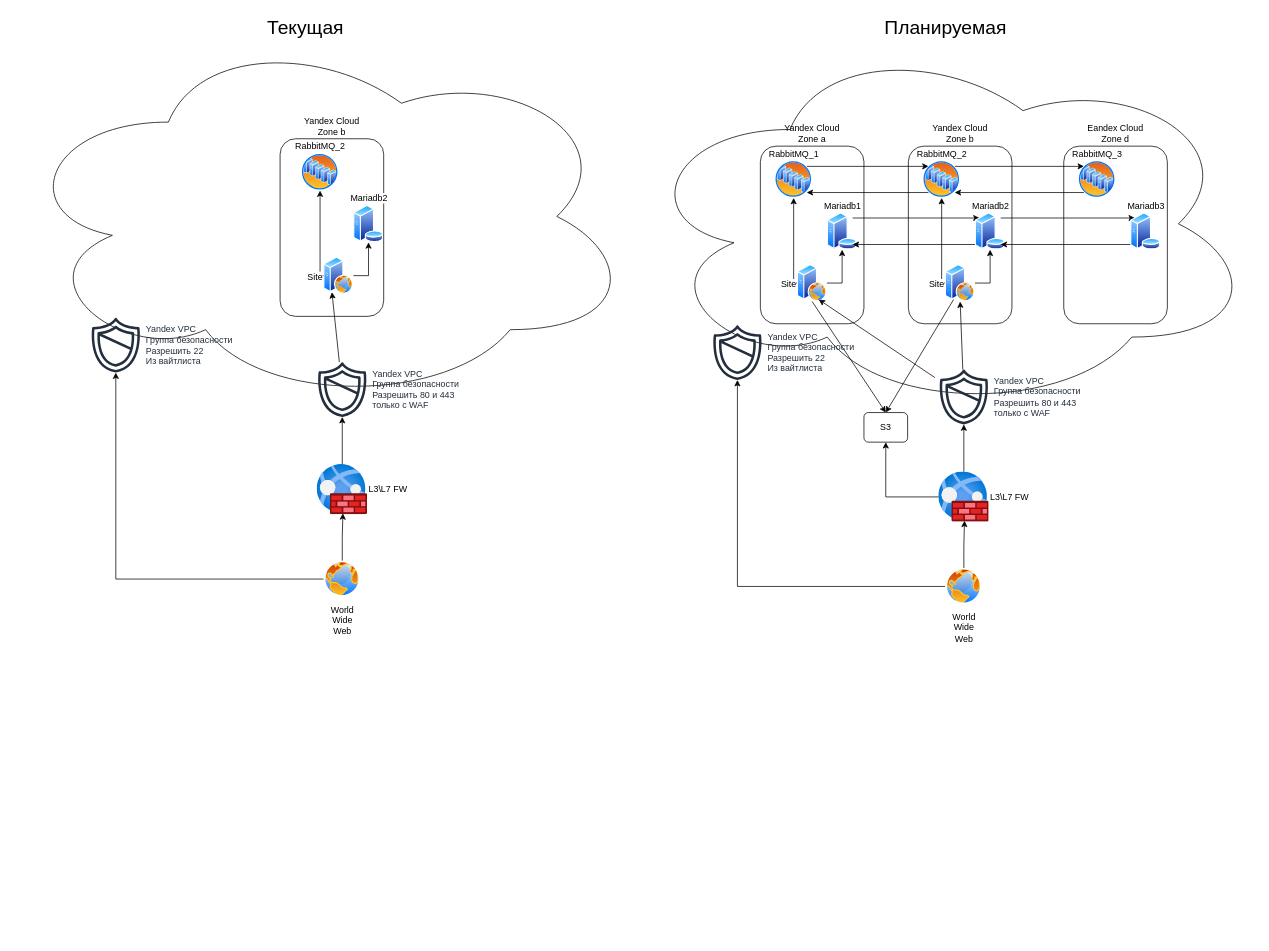
Before: Untitled Diagram.drawio in Dasatrys/cosmos-web, a draw.io diagram. Source tidied: cells renumbered, new cells numbered last; positions are measured from the earlier drawing's top-left corner, leaving out a move shared by most shapes. Both pictures are drawn from the tidied source at 74%, with x=0, y=0 at pixel (13, 13).
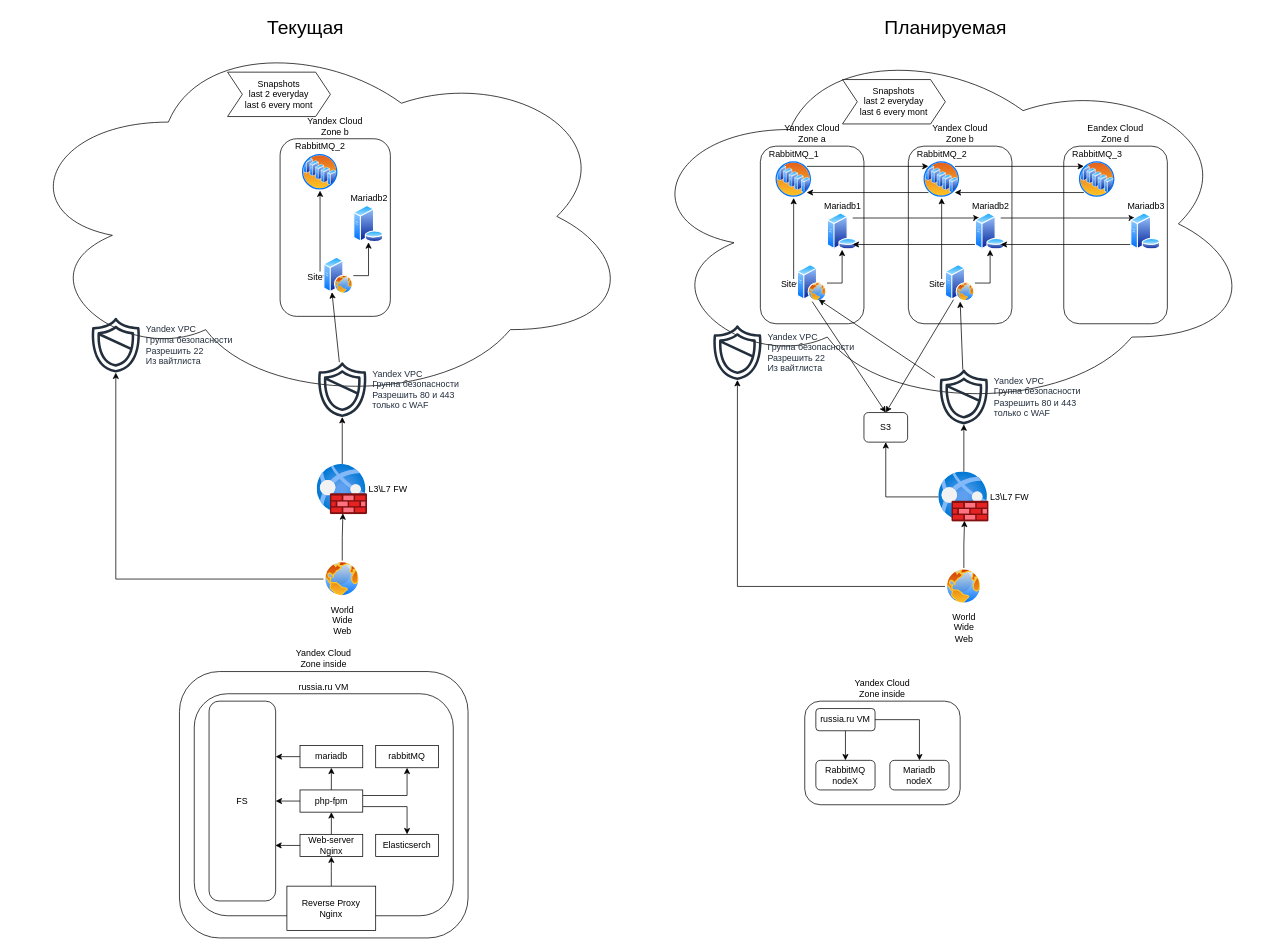
The same page after the edit.

What changed in the source:
```diff
@@
     <mxCell id="7" value="&lt;div&gt;Yandex Cloud&lt;/div&gt;&lt;div&gt;Zone b&lt;/div&gt;" style="rounded=1;whiteSpace=wrap;html=1;labelPosition=center;verticalLabelPosition=top;align=center;verticalAlign=bottom;" parent="1" vertex="1">
-      <mxGeometry x="361" y="170" width="140" height="240" as="geometry" />
+      <mxGeometry x="361" y="170" width="149" height="240" as="geometry" />
     </mxCell>
@@
+    <mxCell id="56" value="&lt;div&gt;Snapshots&lt;/div&gt;&lt;div&gt;last 2 everyday&lt;/div&gt;&lt;div&gt;last 6 every mont&lt;/div&gt;" style="shape=step;perimeter=stepPerimeter;whiteSpace=wrap;html=1;fixedSize=1;" parent="1" vertex="1">
+      <mxGeometry x="1121" y="90" width="139" height="60" as="geometry" />
+    </mxCell>
+    <mxCell id="57" value="&lt;div&gt;Snapshots&lt;/div&gt;&lt;div&gt;last 2 everyday&lt;/div&gt;&lt;div&gt;last 6 every mont&lt;/div&gt;" style="shape=step;perimeter=stepPerimeter;whiteSpace=wrap;html=1;fixedSize=1;" parent="1" vertex="1">
+      <mxGeometry x="290" y="80" width="139" height="60" as="geometry" />
+    </mxCell>
+    <mxCell id="58" value="&lt;div&gt;Yandex Cloud&lt;/div&gt;&lt;div&gt;Zone inside&lt;/div&gt;" style="rounded=1;whiteSpace=wrap;html=1;labelPosition=center;verticalLabelPosition=top;align=center;verticalAlign=bottom;" parent="1" vertex="1">
+      <mxGeometry x="225" y="890" width="390" height="360" as="geometry" />
+    </mxCell>
+    <mxCell id="59" value="russia.ru VM" style="rounded=1;whiteSpace=wrap;html=1;labelPosition=center;verticalLabelPosition=top;align=center;verticalAlign=bottom;" parent="1" vertex="1">
+      <mxGeometry x="245" y="920" width="350" height="300" as="geometry" />
+    </mxCell>
+    <mxCell id="60" style="edgeStyle=orthogonalEdgeStyle;rounded=0;jettySize=auto;html=1;exitX=0.5;exitY=0;exitDx=0;exitDy=0;entryX=0.5;entryY=1;entryDx=0;entryDy=0;" parent="1" edge="1" source="61" target="63">
+      <mxGeometry relative="1" as="geometry" />
+    </mxCell>
+    <mxCell id="61" value="&lt;div&gt;Reverse Proxy&lt;/div&gt;&lt;div&gt;Nginx&lt;/div&gt;" style="rounded=0;whiteSpace=wrap;html=1;" parent="1" vertex="1">
+      <mxGeometry x="370.2" y="1180" width="120" height="60" as="geometry" />
+    </mxCell>
+    <mxCell id="62" style="edgeStyle=orthogonalEdgeStyle;rounded=0;jettySize=auto;html=1;exitX=0.5;exitY=0;exitDx=0;exitDy=0;entryX=0.5;entryY=1;entryDx=0;entryDy=0;" parent="1" edge="1" source="63" target="68">
+      <mxGeometry relative="1" as="geometry" />
+    </mxCell>
+    <mxCell id="63" value="&lt;div&gt;Web-server&lt;/div&gt;&lt;div&gt;Nginx&lt;/div&gt;" style="rounded=0;whiteSpace=wrap;html=1;" parent="1" vertex="1">
+      <mxGeometry x="387.9" y="1110" width="84.8" height="30" as="geometry" />
+    </mxCell>
+    <mxCell id="64" value="FS" style="rounded=1;whiteSpace=wrap;html=1;" parent="1" vertex="1">
+      <mxGeometry x="265" y="930" width="90" height="270" as="geometry" />
+    </mxCell>
+    <mxCell id="65" style="edgeStyle=orthogonalEdgeStyle;rounded=0;jettySize=auto;html=1;exitX=1;exitY=0.25;exitDx=0;exitDy=0;entryX=0.5;entryY=1;entryDx=0;entryDy=0;" parent="1" edge="1" source="68" target="72">
+      <mxGeometry relative="1" as="geometry" />
+    </mxCell>
+    <mxCell id="66" style="edgeStyle=orthogonalEdgeStyle;rounded=0;jettySize=auto;html=1;exitX=0.5;exitY=0;exitDx=0;exitDy=0;entryX=0.5;entryY=1;entryDx=0;entryDy=0;" parent="1" edge="1" source="68" target="70">
+      <mxGeometry relative="1" as="geometry" />
+    </mxCell>
+    <mxCell id="67" style="edgeStyle=orthogonalEdgeStyle;rounded=0;jettySize=auto;html=1;exitX=1;exitY=0.75;exitDx=0;exitDy=0;entryX=0.5;entryY=0;entryDx=0;entryDy=0;" parent="1" edge="1" source="68" target="73">
+      <mxGeometry relative="1" as="geometry" />
+    </mxCell>
+    <mxCell id="68" value="php-fpm" style="rounded=0;whiteSpace=wrap;html=1;" parent="1" vertex="1">
+      <mxGeometry x="387.9" y="1050" width="84.8" height="30" as="geometry" />
+    </mxCell>
+    <mxCell id="69" style="edgeStyle=orthogonalEdgeStyle;rounded=0;jettySize=auto;html=1;exitX=0;exitY=0.5;exitDx=0;exitDy=0;entryX=1;entryY=0.5;entryDx=0;entryDy=0;" parent="1" edge="1" source="68" target="64">
+      <mxGeometry relative="1" as="geometry" />
+    </mxCell>
+    <mxCell id="70" value="mariadb" style="rounded=0;whiteSpace=wrap;html=1;" parent="1" vertex="1">
+      <mxGeometry x="387.9" y="990" width="84.8" height="30" as="geometry" />
+    </mxCell>
+    <mxCell id="71" style="edgeStyle=orthogonalEdgeStyle;rounded=0;jettySize=auto;html=1;exitX=0;exitY=0.5;exitDx=0;exitDy=0;" parent="1" edge="1" source="70">
+      <mxGeometry relative="1" as="geometry">
+        <mxPoint x="355" y="1005" as="targetPoint" />
+      </mxGeometry>
+    </mxCell>
+    <mxCell id="72" value="rabbitMQ" style="rounded=0;whiteSpace=wrap;html=1;" parent="1" vertex="1">
+      <mxGeometry x="490.2" y="990" width="84.8" height="30" as="geometry" />
+    </mxCell>
+    <mxCell id="73" value="Elasticserch" style="rounded=0;whiteSpace=wrap;html=1;" parent="1" vertex="1">
+      <mxGeometry x="490.2" y="1110" width="84.8" height="30" as="geometry" />
+    </mxCell>
+    <mxCell id="74" style="edgeStyle=orthogonalEdgeStyle;rounded=0;jettySize=auto;html=1;entryX=0.995;entryY=0.722;entryDx=0;entryDy=0;entryPerimeter=0;" parent="1" edge="1" source="63" target="64">
+      <mxGeometry relative="1" as="geometry" />
+    </mxCell>
+    <mxCell id="75" value="&lt;div&gt;Yandex Cloud&lt;/div&gt;&lt;div&gt;Zone inside&lt;/div&gt;" style="rounded=1;whiteSpace=wrap;html=1;labelPosition=center;verticalLabelPosition=top;align=center;verticalAlign=bottom;" parent="1" vertex="1">
+      <mxGeometry x="1070" y="930" width="210" height="140" as="geometry" />
+    </mxCell>
+    <mxCell id="76" style="edgeStyle=orthogonalEdgeStyle;rounded=0;jettySize=auto;html=1;exitX=0.5;exitY=1;exitDx=0;exitDy=0;entryX=0.5;entryY=0;entryDx=0;entryDy=0;" parent="1" edge="1" source="78" target="79">
+      <mxGeometry relative="1" as="geometry" />
+    </mxCell>
+    <mxCell id="77" style="edgeStyle=orthogonalEdgeStyle;rounded=0;jettySize=auto;html=1;exitX=1;exitY=0.5;exitDx=0;exitDy=0;entryX=0.5;entryY=0;entryDx=0;entryDy=0;" parent="1" edge="1" source="78" target="80">
+      <mxGeometry relative="1" as="geometry" />
+    </mxCell>
+    <mxCell id="78" value="russia.ru VM" style="rounded=1;whiteSpace=wrap;html=1;labelPosition=center;verticalLabelPosition=middle;align=center;verticalAlign=middle;" parent="1" vertex="1">
+      <mxGeometry x="1085" y="940" width="80" height="30" as="geometry" />
+    </mxCell>
+    <mxCell id="79" value="&lt;div&gt;RabbitMQ&lt;/div&gt;&lt;div&gt;nodeX&lt;/div&gt;" style="rounded=1;whiteSpace=wrap;html=1;labelPosition=center;verticalLabelPosition=middle;align=center;verticalAlign=middle;" parent="1" vertex="1">
+      <mxGeometry x="1085" y="1010" width="80" height="40" as="geometry" />
+    </mxCell>
+    <mxCell id="80" value="&lt;div&gt;Mariadb&lt;/div&gt;&lt;div&gt;nodeX&lt;/div&gt;" style="rounded=1;whiteSpace=wrap;html=1;labelPosition=center;verticalLabelPosition=middle;align=center;verticalAlign=middle;" parent="1" vertex="1">
+      <mxGeometry x="1185" y="1010" width="80" height="40" as="geometry" />
+    </mxCell>
```
